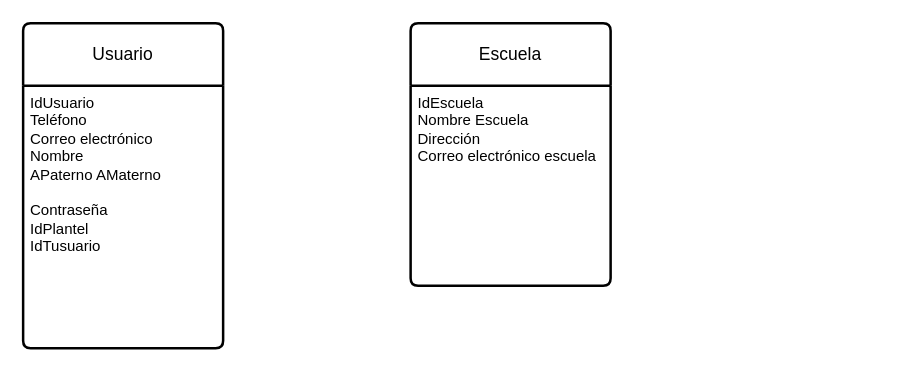
Above: page "Modelo Relacional" (2 of 2) of ER_405.drawio in AlbV5/Contruction_BD (draw.io), before the change. Source tidied: cells renumbered, new cells numbered last; positions are measured from the earlier drawing's top-left corner, leaving out a move shared by most shapes. Both pictures are drawn from the tidied source at 125%, with x=0, y=0 at pixel (22, 22).
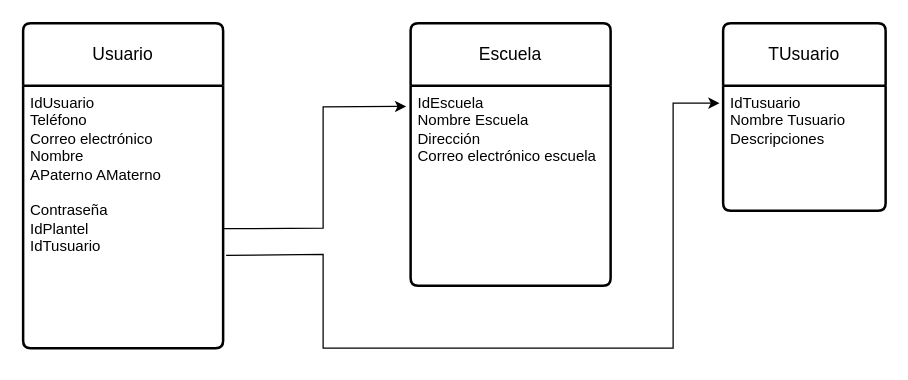
The same diagram, later.

The edit, as a diff of the source:
```diff
@@
 <mxGraphModel>
   <root>
     <mxCell id="0" />
     <mxCell id="1" parent="0" />
     <mxCell id="2" value="Usuario" style="swimlane;horizontal=1;startSize=50;rounded=1;fontSize=14;fontStyle=0;strokeWidth=2;shadow=0;dashed=0;align=center;arcSize=4;whiteSpace=wrap;html=1;" parent="1" vertex="1">
       <mxGeometry width="160" height="260" as="geometry" />
     </mxCell>
     <mxCell id="3" value="&lt;font&gt;IdUsuario&lt;br&gt;Teléfono&lt;br&gt;Correo electrónico&lt;br&gt;Nombre&lt;br&gt;APaterno AMaterno&lt;br&gt;&lt;br&gt;Contraseña&lt;br&gt;IdPlantel&lt;br&gt;IdTusuario&lt;br&gt;&lt;br&gt;&lt;/font&gt;" style="align=left;strokeColor=none;fillColor=none;spacingLeft=4;fontSize=12;verticalAlign=top;html=1;" parent="2" vertex="1">
       <mxGeometry y="50" width="160" height="210" as="geometry" />
     </mxCell>
     <mxCell id="4" value="Escuela" style="swimlane;horizontal=1;startSize=50;rounded=1;fontSize=14;fontStyle=0;strokeWidth=2;shadow=0;dashed=0;align=center;arcSize=4;whiteSpace=wrap;html=1;" parent="1" vertex="1">
       <mxGeometry x="310" width="160" height="210" as="geometry" />
     </mxCell>
     <mxCell id="5" value="&lt;font&gt;IdEscuela&lt;br&gt;&lt;/font&gt;&lt;font&gt;Nombre Escuela&lt;br&gt;&lt;font&gt;Dirección&amp;nbsp;&lt;br&gt;&lt;/font&gt;&lt;font&gt;Correo electrónico escuela&lt;br&gt;&lt;/font&gt;&lt;br&gt;&lt;/font&gt;" style="align=left;strokeColor=none;fillColor=none;spacingLeft=4;fontSize=12;verticalAlign=top;html=1;" parent="4" vertex="1">
       <mxGeometry y="50" width="160" height="160" as="geometry" />
     </mxCell>
+    <mxCell id="6" value="TUsuario" style="swimlane;horizontal=1;startSize=50;rounded=1;fontSize=14;fontStyle=0;strokeWidth=2;shadow=0;dashed=0;align=center;arcSize=4;whiteSpace=wrap;html=1;" parent="1" vertex="1">
+      <mxGeometry x="560" width="130" height="150" as="geometry" />
+    </mxCell>
+    <mxCell id="7" value="&lt;font&gt;&lt;font&gt;IdTusuario&lt;/font&gt;&lt;br&gt;&lt;font&gt;Nombre Tusuario&lt;/font&gt;&lt;br&gt;&lt;/font&gt;&lt;font&gt;Descripciones&lt;/font&gt;" style="align=left;strokeColor=none;fillColor=none;spacingLeft=4;fontSize=12;verticalAlign=top;html=1;" parent="6" vertex="1">
+      <mxGeometry y="50" width="130" height="100" as="geometry" />
+    </mxCell>
+    <mxCell id="8" style="endArrow=classic;html=1;rounded=0;exitX=0.999;exitY=0.545;exitDx=0;exitDy=0;exitPerimeter=0;entryX=-0.022;entryY=0.104;entryDx=0;entryDy=0;entryPerimeter=0;" parent="1" edge="1" source="3" target="5">
+      <mxGeometry relative="1" as="geometry">
+        <Array as="points">
+          <mxPoint x="240" y="164" />
+          <mxPoint x="240" y="67" />
+        </Array>
+      </mxGeometry>
+    </mxCell>
+    <mxCell id="9" style="endArrow=classic;html=1;rounded=0;exitX=1.015;exitY=0.647;exitDx=0;exitDy=0;exitPerimeter=0;entryX=-0.022;entryY=0.14;entryDx=0;entryDy=0;entryPerimeter=0;" parent="1" edge="1" source="3" target="7">
+      <mxGeometry relative="1" as="geometry">
+        <Array as="points">
+          <mxPoint x="240" y="185" />
+          <mxPoint x="240" y="260" />
+          <mxPoint x="520" y="260" />
+          <mxPoint x="520" y="64" />
+        </Array>
+      </mxGeometry>
+    </mxCell>
   </root>
 </mxGraphModel>
```
